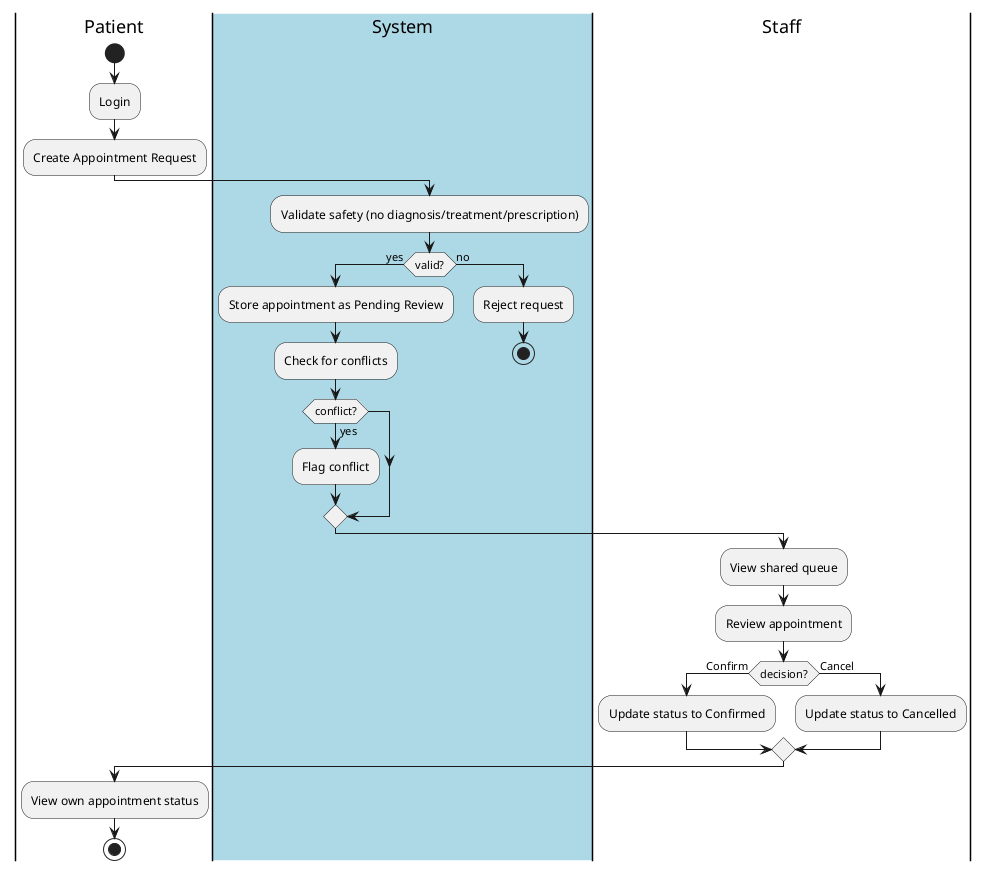
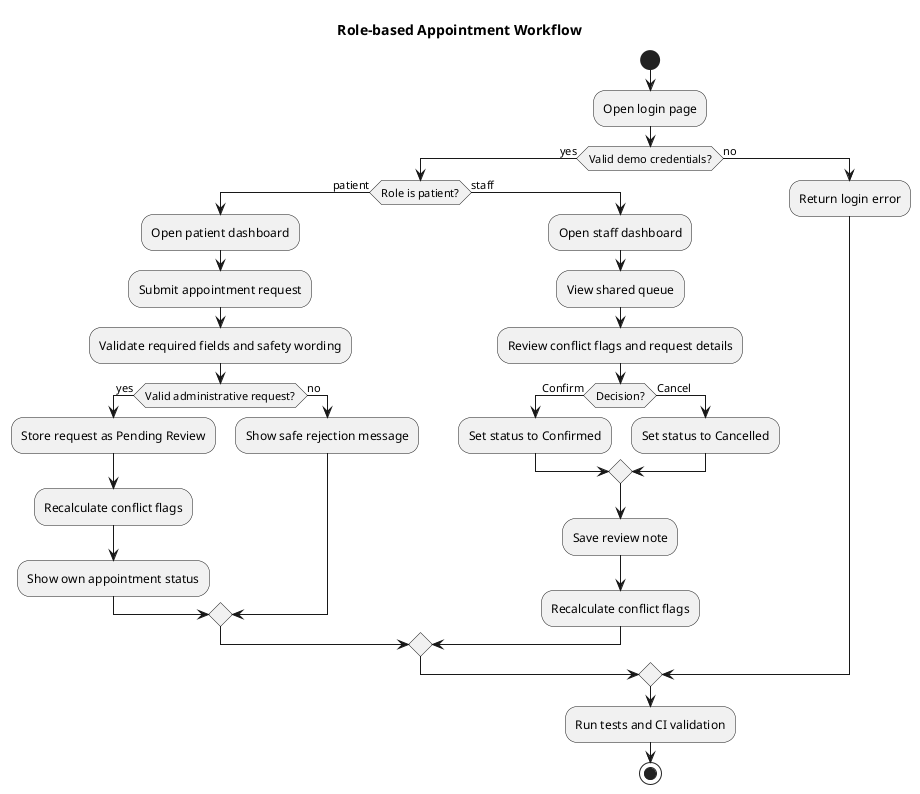
@startuml
- |Patient|
+ title Role-based Appointment Workflow
start
- :Login;
- :Create Appointment Request;
- |#LightBlue|System|
- :Validate safety (no diagnosis/treatment/prescription);
- if (valid?) then (yes)
-   :Store appointment as Pending Review;
-   :Check for conflicts;
-   if (conflict?) then (yes)
-     :Flag conflict;
+ :Open login page;
+ if (Valid demo credentials?) then (yes)
+   if (Role is patient?) then (patient)
+     :Open patient dashboard;
+     :Submit appointment request;
+     :Validate required fields and safety wording;
+     if (Valid administrative request?) then (yes)
+       :Store request as Pending Review;
+       :Recalculate conflict flags;
+       :Show own appointment status;
+     else (no)
+       :Show safe rejection message;
+     endif
+   else (staff)
+     :Open staff dashboard;
+     :View shared queue;
+     :Review conflict flags and request details;
+     if (Decision?) then (Confirm)
+       :Set status to Confirmed;
+     else (Cancel)
+       :Set status to Cancelled;
+     endif
+     :Save review note;
+     :Recalculate conflict flags;
  endif
else (no)
-   :Reject request;
-   stop
+   :Return login error;
endif
- |Staff|
- :View shared queue;
- :Review appointment;
- if (decision?) then (Confirm)
-   :Update status to Confirmed;
- else (Cancel)
-   :Update status to Cancelled;
- endif
- |Patient|
- :View own appointment status;
+ :Run tests and CI validation;
stop
@enduml
